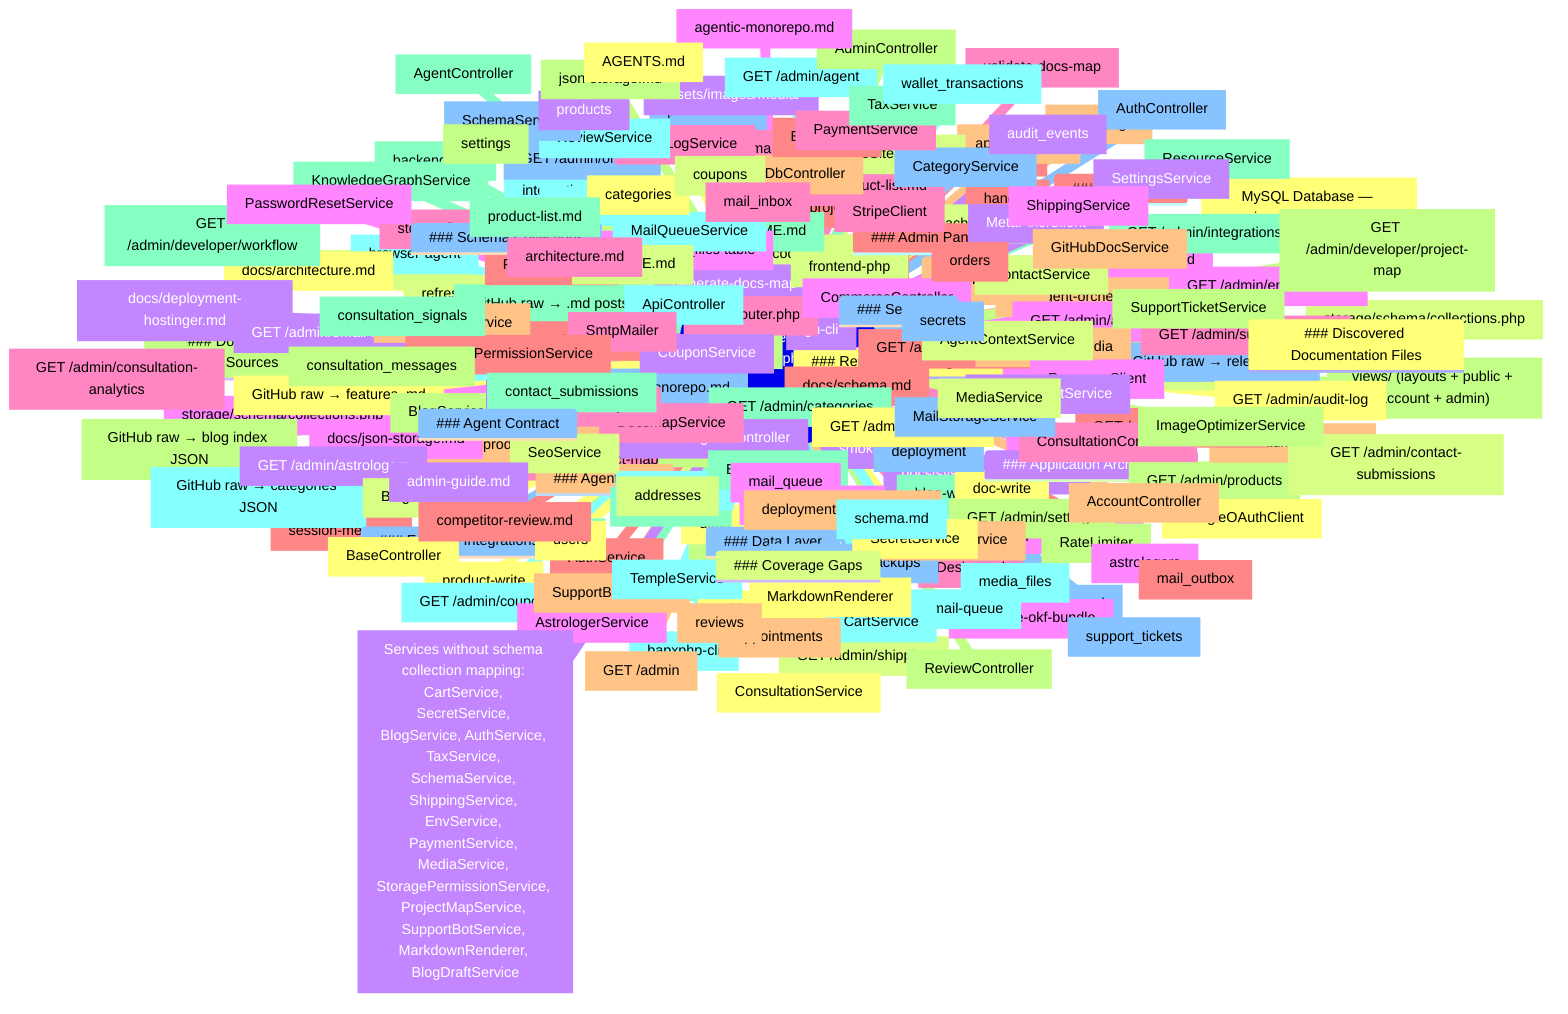
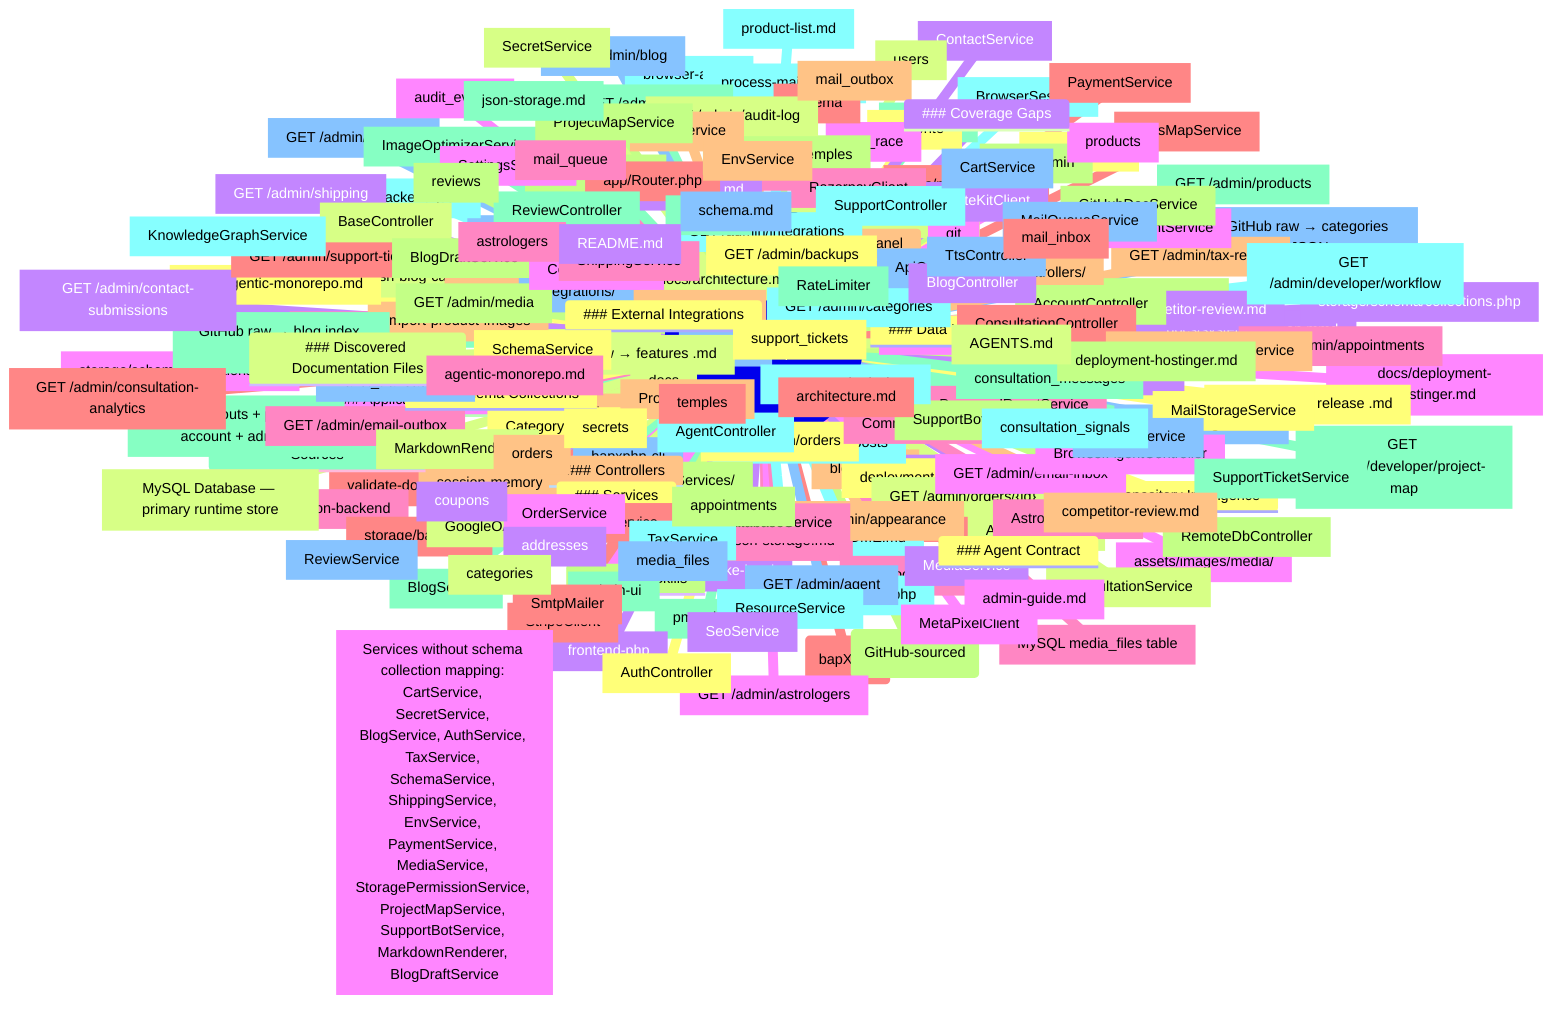
mindmap
  root(("Knowledge Map — bapXphp"))

    ### Repository Intelligence
    AGENTS_FILES["Root AGENTS.md contract"]
    SYSTEMATIC_MAP["docs/systematic-map.mmd"]
    COLLECTIONS_SCHEMA["storage/schema/collections.php"]
    DESIGN_SYSTEM["Design.md"]

    ### CLI (bapXphp)
    CLI_blog_image["blog-image"]
    CLI_blog_read["blog-read"]
    CLI_blog_write["blog-write"]
    CLI_browser_agent["browser-agent"]
    CLI_doc_read["doc-read"]
    CLI_doc_write["doc-write"]
    CLI_generate_code_map["generate-code-map"]
    CLI_generate_docs_map["generate-docs-map"]
    CLI_generate_okf_bundle["generate-okf-bundle"]
    CLI_generate_project_map["generate-project-map"]
    CLI_handoff["handoff"]
    CLI_import_product_images["import-product-images"]
    CLI_optimize_images["optimize-images"]
    CLI_pma_client["pma-client"]
    CLI_process_mail_queue["process-mail-queue"]
    CLI_product_read["product-read"]
    CLI_product_write["product-write"]
    CLI_refresh_blog_cache["refresh-blog-cache"]
    CLI_smoke_local["smoke-local"]
    CLI_test_race["test_race"]
+     CLI_tui["tui"]
    CLI_validate_docs_map["validate-docs-map"]
    CLI_validate_project_map["validate-project-map"]

    ### Agent Skills
    SKILL_admin_ui["admin-ui"]
    SKILL_backend_json["backend-json"]
    SKILL_bapxphp_cli["bapxphp-cli"]
    SKILL_deployment["deployment"]
    SKILL_docs["docs"]
    SKILL_frontend_php["frontend-php"]
-     SKILL_gh_cli["gh-cli"]
+     SKILL_git["git"]
    SKILL_php_json_backend["php-json-backend"]
    SKILL_schema["schema"]
    SKILL_session_memory["session-memory"]
    SKILL_subagent_orchestration["subagent-orchestration"]

    ### Documentation Sources
    DOCS_readme_md["docs/README.md"]
    DOCS_admin_guide_md["docs/admin-guide.md"]
    DOCS_agentic_monorepo_md["docs/agentic-monorepo.md"]
    DOCS_architecture_md["docs/architecture.md"]
    DOCS_competitor_review_md["docs/competitor-review.md"]
    DOCS_deployment_hostinger_md["docs/deployment-hostinger.md"]
    DOCS_json_storage_md["docs/json-storage.md"]
    DOCS_product_list_md["docs/product-list.md"]
    DOCS_schema_md["docs/schema.md"]

    ### Blog & Content (GitHub-sourced)
    BLOG_INDEX["GitHub raw → blog index JSON"]
    BLOG_POSTS["GitHub raw → .md posts"]
    BLOG_CATEGORIES["GitHub raw → categories JSON"]
    RELEASE_NOTES["GitHub raw → release .md"]
    FEATURE_UPDATES["GitHub raw → features .md"]
    CACHE["storage/cache/*.md"]

    ### Application Architecture
    PHP_BOOTSTRAP["app/bootstrap.php"]
    PHP_ROUTER["app/Router.php"]
    PHP_CONTROLLERS["app/Controllers/"]
    PHP_SERVICES["app/Services/"]
    PHP_VIEWS["views/ (layouts + public + account + admin)"]
    PHP_API["api/index.php"]
    PHP_INTEGRATIONS["integrations/"]

    ### Data Layer
    MYSQL_TABLES["MySQL Database — primary runtime store"]
    SCHEMA_DEF["storage/schema/collections.php"]
    MEDIA_FILES["assets/images/media/"]
    MEDIA_INDEX["MySQL media_files table"]
    BACKUPS["storage/backups/"]

    ### Admin Panel
    ADMIN_admin["GET /admin"]
    ADMIN_admin_products["GET /admin/products"]
    ADMIN_admin_categories["GET /admin/categories"]
    ADMIN_admin_coupons["GET /admin/coupons"]
    ADMIN_admin_orders["GET /admin/orders"]
    ADMIN_admin_orders_id["GET /admin/orders/{id}"]
    ADMIN_admin_shipping["GET /admin/shipping"]
    ADMIN_admin_astrologers["GET /admin/astrologers"]
    ADMIN_admin_appointments["GET /admin/appointments"]
    ADMIN_admin_consultation_analytics["GET /admin/consultation-analytics"]
    ADMIN_admin_tax_report["GET /admin/tax-report"]
    ADMIN_admin_temples["GET /admin/temples"]
    ADMIN_admin_settings["GET /admin/settings"]
    ADMIN_admin_integrations["GET /admin/integrations"]
    ADMIN_admin_agent["GET /admin/agent"]
    ADMIN_admin_backups["GET /admin/backups"]
    ADMIN_admin_audit_log["GET /admin/audit-log"]
    ADMIN_admin_contact_submissions["GET /admin/contact-submissions"]
    ADMIN_admin_email_inbox["GET /admin/email-inbox"]
    ADMIN_admin_email_outbox["GET /admin/email-outbox"]
    ADMIN_admin_support_tickets["GET /admin/support-tickets"]
    ADMIN_admin_appearance["GET /admin/appearance"]
    ADMIN_admin_media["GET /admin/media"]
    ADMIN_admin_developer_project_map["GET /admin/developer/project-map"]
    ADMIN_admin_developer_workflow["GET /admin/developer/workflow"]
    ADMIN_admin_blog["GET /admin/blog"]

    ### External Integrations
    INTEG_googleoauthclient["GoogleOAuthClient"]
    INTEG_googlesitekitclient["GoogleSiteKitClient"]
    INTEG_metapixelclient["MetaPixelClient"]
    INTEG_razorpayclient["RazorpayClient"]
    INTEG_stripeclient["StripeClient"]

    ### Controllers
    CTRL_accountcontroller["AccountController"]
    CTRL_admincontroller["AdminController"]
    CTRL_agentcontroller["AgentController"]
    CTRL_apicontroller["ApiController"]
    CTRL_authcontroller["AuthController"]
    CTRL_basecontroller["BaseController"]
    CTRL_blogcontroller["BlogController"]
    CTRL_browseragentcontroller["BrowserAgentController"]
    CTRL_commercecontroller["CommerceController"]
    CTRL_consultationcontroller["ConsultationController"]
    CTRL_publiccontroller["PublicController"]
    CTRL_remotedbcontroller["RemoteDbController"]
    CTRL_reviewcontroller["ReviewController"]
    CTRL_supportcontroller["SupportController"]
    CTRL_ttscontroller["TtsController"]

    ### Services
    SVC_addressservice["AddressService"]
    SVC_agentcontextservice["AgentContextService"]
    SVC_appointmentservice["AppointmentService"]
    SVC_astrologerservice["AstrologerService"]
    SVC_auditlogservice["AuditLogService"]
    SVC_authservice["AuthService"]
    SVC_blogdraftservice["BlogDraftService"]
    SVC_blogservice["BlogService"]
    SVC_browsersession["BrowserSession"]
    SVC_cartservice["CartService"]
    SVC_categoryservice["CategoryService"]
    SVC_consultationservice["ConsultationService"]
    SVC_contactservice["ContactService"]
    SVC_couponservice["CouponService"]
    SVC_databaseservice["DatabaseService"]
    SVC_docsmapservice["DocsMapService"]
    SVC_envservice["EnvService"]
    SVC_githubdocservice["GitHubDocService"]
    SVC_imageoptimizerservice["ImageOptimizerService"]
    SVC_knowledgegraphservice["KnowledgeGraphService"]
    SVC_mailqueueservice["MailQueueService"]
    SVC_mailstorageservice["MailStorageService"]
    SVC_markdownrenderer["MarkdownRenderer"]
    SVC_mediaservice["MediaService"]
    SVC_orderservice["OrderService"]
    SVC_passwordresetservice["PasswordResetService"]
    SVC_paymentservice["PaymentService"]
    SVC_productservice["ProductService"]
    SVC_projectmapservice["ProjectMapService"]
    SVC_ratelimiter["RateLimiter"]
    SVC_resourceservice["ResourceService"]
    SVC_reviewservice["ReviewService"]
    SVC_schemaservice["SchemaService"]
    SVC_secretservice["SecretService"]
    SVC_seoservice["SeoService"]
    SVC_settingsservice["SettingsService"]
    SVC_shippingservice["ShippingService"]
    SVC_smtpmailer["SmtpMailer"]
    SVC_storagepermissionservice["StoragePermissionService"]
    SVC_supportbotservice["SupportBotService"]
    SVC_supportticketservice["SupportTicketService"]
    SVC_taxservice["TaxService"]
    SVC_templeservice["TempleService"]

    ### Schema Collections
    COL_users["users"]
    COL_addresses["addresses"]
    COL_products["products"]
    COL_astrologers["astrologers"]
    COL_temples["temples"]
    COL_orders["orders"]
    COL_appointments["appointments"]
    COL_consultation_messages["consultation_messages"]
    COL_consultation_signals["consultation_signals"]
    COL_wallet_transactions["wallet_transactions"]
    COL_support_tickets["support_tickets"]
    COL_categories["categories"]
    COL_coupons["coupons"]
    COL_audit_events["audit_events"]
    COL_mail_queue["mail_queue"]
    COL_mail_inbox["mail_inbox"]
    COL_mail_outbox["mail_outbox"]
    COL_reviews["reviews"]
    COL_settings["settings"]
    COL_contact_submissions["contact_submissions"]
    COL_media_files["media_files"]
    COL_secrets["secrets"]


    ### Discovered Documentation Files
    DOCFILE_readme_md["README.md"]
    DOCFILE_admin_guide_md["admin-guide.md"]
    DOCFILE_agentic_monorepo_md["agentic-monorepo.md"]
    DOCFILE_architecture_md["architecture.md"]
    DOCFILE_competitor_review_md["competitor-review.md"]
    DOCFILE_deployment_hostinger_md["deployment-hostinger.md"]
    DOCFILE_json_storage_md["json-storage.md"]
    DOCFILE_product_list_md["product-list.md"]
    DOCFILE_schema_md["schema.md"]

    ### Agent Contract
    AGENTFILE_agents_md["AGENTS.md"]

    ### Coverage Gaps
    GAP_services_without_schema_collection_mapping_carts["Services without schema collection mapping: CartService, SecretService, BlogService, AuthService, TaxService, SchemaService, ShippingService, EnvService, PaymentService, MediaService, StoragePermissionService, ProjectMapService, SupportBotService, MarkdownRenderer, BlogDraftService"]
